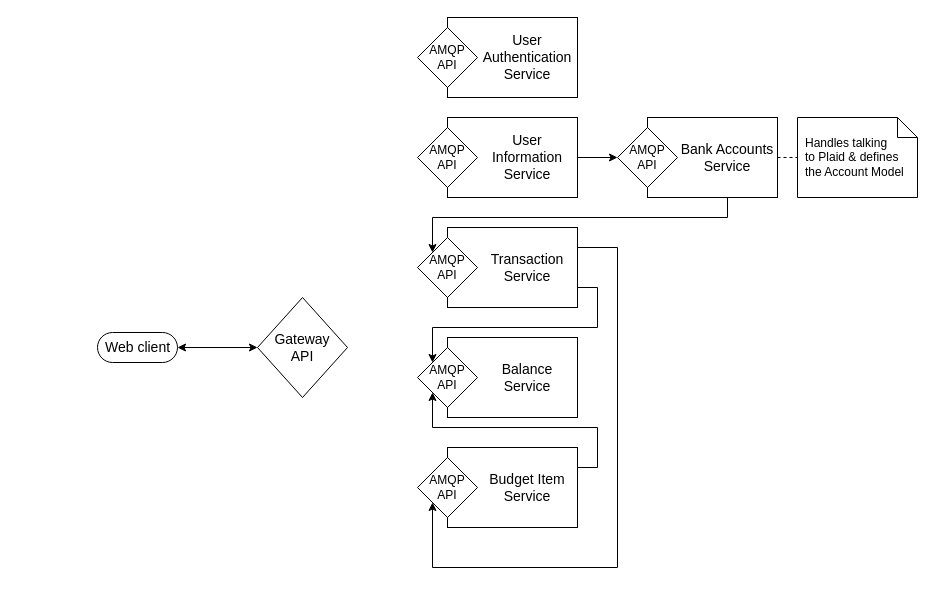
The draw.io diagram MVP_design.drawio in cheese-drawer/meta, before the edit. Source tidied: cells renumbered, new cells numbered last; positions are measured from the earlier drawing's top-left corner, leaving out a move shared by most shapes. Both pictures are drawn from the tidied source at 100%, with x=0, y=0 at pixel (97, 17).
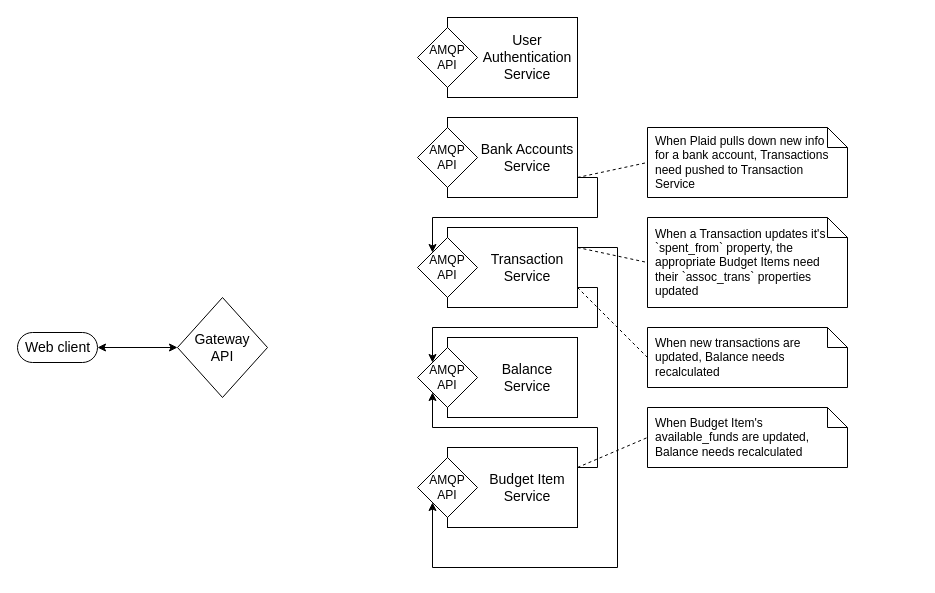
After the change.

Commit message:
Simplify accounts/user info & add notes

The change refers to these unchanged cells:
```xml
<mxCell id="15" value="&lt;div&gt;AMQP &lt;br&gt;&lt;/div&gt;&lt;div&gt;API&lt;/div&gt;" style="shape=rhombus;html=1;dashed=0;whitespace=wrap;perimeter=rhombusPerimeter;whiteSpace=wrap;fontSize=12;" parent="13" vertex="1">
  <mxGeometry y="10" width="60" height="60" as="geometry" />
</mxCell>
<mxCell id="16" value="Bank Accounts Service" style="text;html=1;strokeColor=none;fillColor=none;align=center;verticalAlign=middle;whiteSpace=wrap;rounded=0;dashed=1;fontSize=14;" parent="13" vertex="1">
  <mxGeometry x="60" width="100" height="80" as="geometry" />
</mxCell>
<mxCell id="19" value="&lt;div&gt;AMQP &lt;br&gt;&lt;/div&gt;&lt;div&gt;API&lt;/div&gt;" style="shape=rhombus;html=1;dashed=0;whitespace=wrap;perimeter=rhombusPerimeter;whiteSpace=wrap;fontSize=12;" parent="17" vertex="1">
  <mxGeometry y="10" width="60" height="60" as="geometry" />
</mxCell>
<mxCell id="20" value="Transaction Service" style="text;html=1;strokeColor=none;fillColor=none;align=center;verticalAlign=middle;whiteSpace=wrap;rounded=0;dashed=1;fontSize=14;" parent="17" vertex="1">
  <mxGeometry x="60" width="100" height="80" as="geometry" />
</mxCell>
<mxCell id="26" value="Budget Item Service" style="text;html=1;strokeColor=none;fillColor=none;align=center;verticalAlign=middle;whiteSpace=wrap;rounded=0;dashed=1;fontSize=14;" parent="23" vertex="1">
  <mxGeometry x="60" width="100" height="80" as="geometry" />
</mxCell>
```

The edit, as a diff of the source:
```diff
@@
     <mxCell id="3" value="&lt;div style=&quot;font-size: 14px;&quot;&gt;Web client&lt;/div&gt;" style="html=1;dashed=0;whitespace=wrap;shape=mxgraph.dfd.start;fontSize=14;" parent="1" vertex="1">
-      <mxGeometry y="315" width="80" height="30" as="geometry" />
+      <mxGeometry x="-80" y="315" width="80" height="30" as="geometry" />
     </mxCell>
     <mxCell id="4" value="&lt;div style=&quot;font-size: 14px;&quot;&gt;Gateway&lt;/div&gt;&lt;div style=&quot;font-size: 14px;&quot;&gt;API&lt;/div&gt;" style="shape=rhombus;html=1;dashed=0;whitespace=wrap;perimeter=rhombusPerimeter;whiteSpace=wrap;fontSize=14;" parent="1" vertex="1">
-      <mxGeometry x="160" y="280" width="90" height="100" as="geometry" />
+      <mxGeometry x="80" y="280" width="90" height="100" as="geometry" />
     </mxCell>
@@
-    <mxCell id="9" style="group;" parent="1" vertex="1">
-      <mxGeometry x="320" y="100" width="160" height="80" as="geometry" />
-    </mxCell>
-    <mxCell id="10" style="html=1;dashed=0;whitespace=wrap;whiteSpace=wrap;" parent="9" vertex="1">
-      <mxGeometry x="30" width="130" height="80" as="geometry" />
-    </mxCell>
-    <mxCell id="11" value="&lt;div&gt;AMQP &lt;br&gt;&lt;/div&gt;&lt;div&gt;API&lt;/div&gt;" style="shape=rhombus;html=1;dashed=0;whitespace=wrap;perimeter=rhombusPerimeter;whiteSpace=wrap;fontSize=12;" parent="9" vertex="1">
-      <mxGeometry y="10" width="60" height="60" as="geometry" />
-    </mxCell>
-    <mxCell id="12" value="User Information Service" style="text;html=1;strokeColor=none;fillColor=none;align=center;verticalAlign=middle;whiteSpace=wrap;rounded=0;dashed=1;fontSize=14;" parent="9" vertex="1">
-      <mxGeometry x="60" width="100" height="80" as="geometry" />
-    </mxCell>
     <mxCell id="13" style="group;" parent="1" vertex="1">
-      <mxGeometry x="520" y="100" width="160" height="80" as="geometry" />
+      <mxGeometry x="320" y="100" width="160" height="80" as="geometry" />
     </mxCell>
@@
-    <mxCell id="21" value="&lt;div&gt;Handles talking &lt;br&gt;&lt;/div&gt;&lt;div&gt;to Plaid &amp;amp; defines the Account Model&lt;/div&gt;" style="shape=note;size=20;whiteSpace=wrap;html=1;align=left;spacing=8;" parent="1" vertex="1">
-      <mxGeometry x="700" y="100" width="120" height="80" as="geometry" />
-    </mxCell>
-    <mxCell id="22" style="endArrow=none;dashed=1;html=1;entryX=0;entryY=0.5;entryDx=0;entryDy=0;entryPerimeter=0;" parent="1" edge="1" source="16" target="21">
-      <mxGeometry relative="1" as="geometry" />
-    </mxCell>
@@
-    <mxCell id="32" style="edgeStyle=orthogonalEdgeStyle;rounded=0;jettySize=auto;html=1;exitX=0.5;exitY=1;exitDx=0;exitDy=0;entryX=0;entryY=0;entryDx=0;entryDy=0;" parent="1" edge="1" source="16" target="19">
+    <mxCell id="32" style="edgeStyle=orthogonalEdgeStyle;rounded=0;jettySize=auto;html=1;exitX=1;exitY=0.75;exitDx=0;exitDy=0;entryX=0;entryY=0;entryDx=0;entryDy=0;" parent="1" edge="1" source="16" target="19">
       <mxGeometry relative="1" as="geometry" />
     </mxCell>
-    <mxCell id="33" style="edgeStyle=orthogonalEdgeStyle;rounded=0;jettySize=auto;html=1;exitX=1;exitY=0.5;exitDx=0;exitDy=0;entryX=0;entryY=0.5;entryDx=0;entryDy=0;" parent="1" edge="1" source="12" target="15">
-      <mxGeometry relative="1" as="geometry" />
-    </mxCell>
@@
+    <mxCell id="36" style="endArrow=none;dashed=1;html=1;entryX=0;entryY=0.5;entryDx=0;entryDy=0;entryPerimeter=0;exitX=1;exitY=0.75;exitDx=0;exitDy=0;" parent="1" edge="1" source="16" target="38">
+      <mxGeometry relative="1" as="geometry" />
+    </mxCell>
+    <mxCell id="37" style="endArrow=none;dashed=1;html=1;entryX=0;entryY=0.5;entryDx=0;entryDy=0;entryPerimeter=0;exitX=1;exitY=0.25;exitDx=0;exitDy=0;" parent="1" edge="1" source="20" target="39">
+      <mxGeometry relative="1" as="geometry" />
+    </mxCell>
+    <mxCell id="38" value="When Plaid pulls down new info for a bank account, Transactions need pushed to Transaction Service" style="shape=note;size=20;whiteSpace=wrap;html=1;spacing=8;align=left;" parent="1" vertex="1">
+      <mxGeometry x="550" y="110" width="200" height="70" as="geometry" />
+    </mxCell>
+    <mxCell id="39" value="When a Transaction updates it's `spent_from` property, the appropriate Budget Items need their `assoc_trans` properties updated" style="shape=note;size=20;whiteSpace=wrap;html=1;spacing=8;align=left;" parent="1" vertex="1">
+      <mxGeometry x="550" y="200" width="200" height="90" as="geometry" />
+    </mxCell>
+    <mxCell id="40" style="endArrow=none;dashed=1;html=1;entryX=0;entryY=0.5;entryDx=0;entryDy=0;entryPerimeter=0;exitX=1;exitY=0.75;exitDx=0;exitDy=0;" parent="1" edge="1" source="20" target="41">
+      <mxGeometry relative="1" as="geometry" />
+    </mxCell>
+    <mxCell id="41" value="When new transactions are updated, Balance needs recalculated" style="shape=note;size=20;whiteSpace=wrap;html=1;spacing=8;align=left;" parent="1" vertex="1">
+      <mxGeometry x="550" y="310" width="200" height="60" as="geometry" />
+    </mxCell>
+    <mxCell id="42" style="endArrow=none;dashed=1;html=1;entryX=0;entryY=0.5;entryDx=0;entryDy=0;entryPerimeter=0;exitX=1;exitY=0.25;exitDx=0;exitDy=0;" parent="1" edge="1" source="26" target="43">
+      <mxGeometry relative="1" as="geometry" />
+    </mxCell>
+    <mxCell id="43" value="When Budget Item's available_funds are updated, Balance needs recalculated" style="shape=note;size=20;whiteSpace=wrap;html=1;spacing=8;align=left;" parent="1" vertex="1">
+      <mxGeometry x="550" y="390" width="200" height="60" as="geometry" />
+    </mxCell>
```
